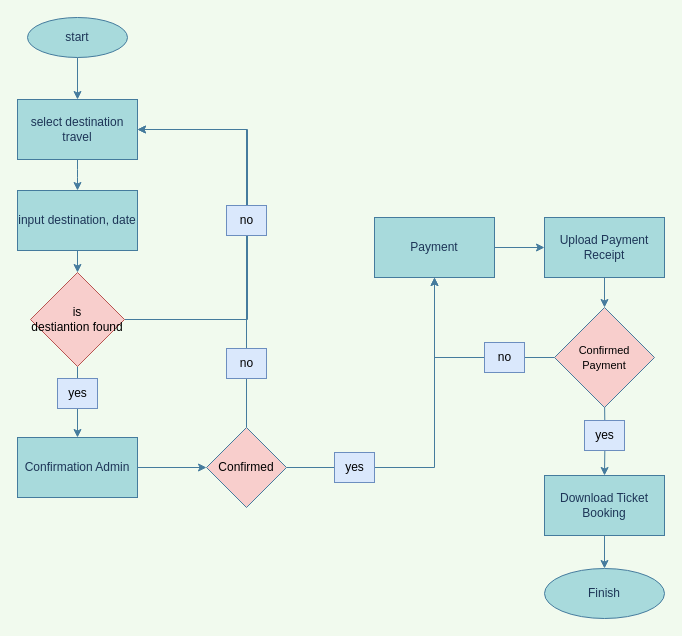
Earlier version of the draw.io diagram page "Reservasi" (2 of 2) of Flowchart/Travelindo Website.drawio (wahyupambudi/project-travel). Source tidied: cells renumbered, new cells numbered last; positions are measured from the earlier drawing's top-left corner, leaving out a move shared by most shapes. Both pictures are drawn from the tidied source at 100%, with x=0, y=0 at pixel (17, 17).
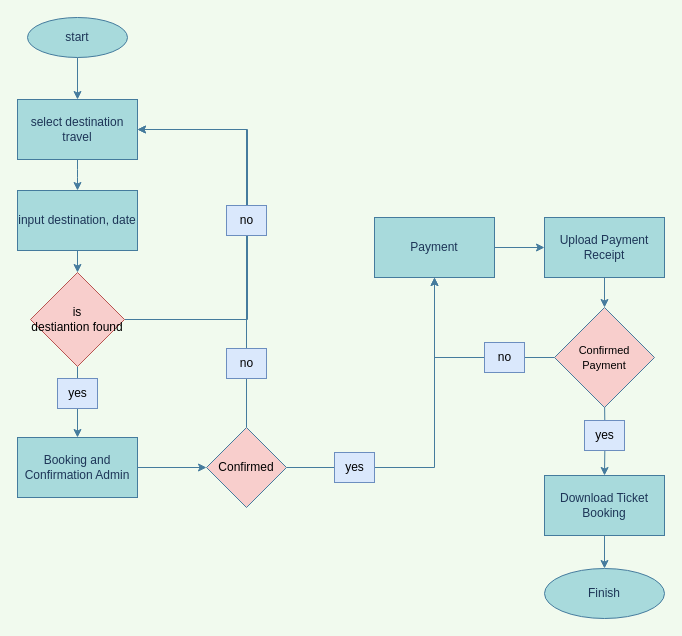
The same diagram, later.

The edit, as a diff of the source:
```diff
@@
-    <mxCell id="10" value="Confirmation Admin" style="whiteSpace=wrap;html=1;fillColor=#A8DADC;strokeColor=#457B9D;fontColor=#1D3557;" parent="1" vertex="1">
+    <mxCell id="10" value="Booking and Confirmation Admin" style="whiteSpace=wrap;html=1;fillColor=#A8DADC;strokeColor=#457B9D;fontColor=#1D3557;" parent="1" vertex="1">
       <mxGeometry y="420" width="120" height="60" as="geometry" />
     </mxCell>
```
